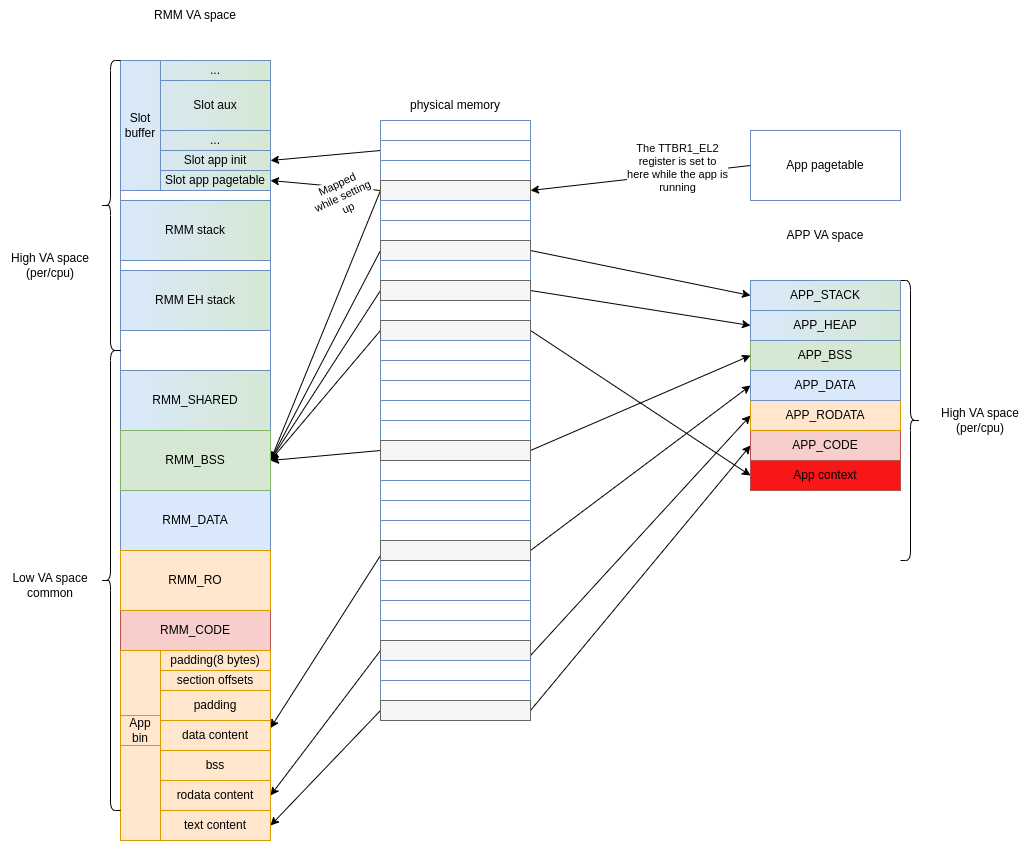
Before: docs/design/diagrams/rmm_app_memory_static.drawio.png, a diagram exported from draw.io (TF-RMM/tf-rmm). Source tidied: cells renumbered, new cells last; positions are measured from the earlier drawing's top-left corner, leaving out a move shared by most shapes.
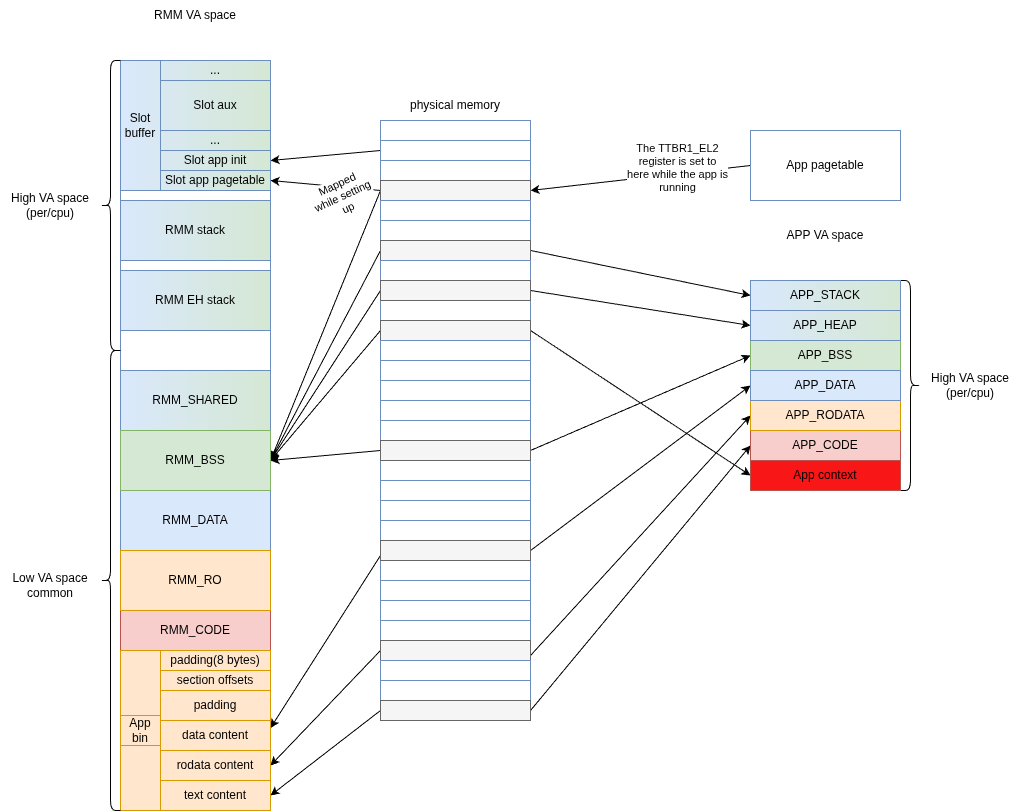
After the commit.

Commit message:
fix(docs): remove bss from app image in app memory diagram

Remove the .bss section from the EL0 app memory mappings diagram, as
that section is not present in the app image, so it is also not present
in the RMM low VA space.

The commit also fixes alignment of app "High VA space (per/cpu)" label.

Change to the diagram source:
```diff
@@ -163,7 +163,7 @@
       <mxGeometry x="120" y="370" width="150" height="60" as="geometry" />
     </mxCell>
     <mxCell id="47" style="rounded=0;whiteSpace=wrap;html=1;fillColor=#ffe6cc;strokeColor=#d79b00;" parent="41" vertex="1">
-      <mxGeometry x="120" y="650" width="150" height="190" as="geometry" />
+      <mxGeometry x="120" y="650" width="150" height="160" as="geometry" />
     </mxCell>
     <mxCell id="48" style="rounded=0;whiteSpace=wrap;html=1;fillColor=#dae8fc;strokeColor=#6c8ebf;fillStyle=solid;gradientDirection=east;gradientColor=#d5e8d4;" parent="41" vertex="1">
       <mxGeometry x="120" y="60" width="150" height="130" as="geometry" />
@@ -190,7 +190,7 @@
       <mxGeometry x="100" y="350" width="20" height="460" as="geometry" />
     </mxCell>
     <mxCell id="56" value="High VA space&lt;div&gt;(per/cpu)&lt;/div&gt;" style="text;html=1;align=center;verticalAlign=middle;whiteSpace=wrap;rounded=0;" parent="41" vertex="1">
-      <mxGeometry y="250" width="100" height="30" as="geometry" />
+      <mxGeometry y="190" width="100" height="30" as="geometry" />
     </mxCell>
     <mxCell id="57" value="Low VA space&lt;div&gt;common&lt;/div&gt;" style="text;html=1;align=center;verticalAlign=middle;whiteSpace=wrap;rounded=0;" parent="41" vertex="1">
       <mxGeometry y="570" width="100" height="30" as="geometry" />
@@ -292,13 +292,13 @@
       <mxGeometry x="380" y="700" width="150" height="20" as="geometry" />
     </mxCell>
     <mxCell id="90" value="text content" style="rounded=0;whiteSpace=wrap;html=1;fillColor=#ffe6cc;strokeColor=#d79b00;" parent="41" vertex="1">
-      <mxGeometry x="160" y="810" width="110" height="30" as="geometry" />
+      <mxGeometry x="160" y="780" width="110" height="30" as="geometry" />
     </mxCell>
     <mxCell id="91" value="data content" style="rounded=0;whiteSpace=wrap;html=1;fillColor=#ffe6cc;strokeColor=#d79b00;" parent="41" vertex="1">
       <mxGeometry x="160" y="720" width="110" height="30" as="geometry" />
     </mxCell>
     <mxCell id="92" value="rodata content" style="rounded=0;whiteSpace=wrap;html=1;fillColor=#ffe6cc;strokeColor=#d79b00;" parent="41" vertex="1">
-      <mxGeometry x="160" y="780" width="110" height="30" as="geometry" />
+      <mxGeometry x="160" y="750" width="110" height="30" as="geometry" />
     </mxCell>
     <mxCell id="93" value="padding" style="rounded=0;whiteSpace=wrap;html=1;fillColor=#ffe6cc;strokeColor=#d79b00;" parent="41" vertex="1">
       <mxGeometry x="160" y="690" width="110" height="30" as="geometry" />
@@ -325,10 +325,10 @@
       <mxGeometry x="750" y="220" width="150" height="30" as="geometry" />
     </mxCell>
     <mxCell id="101" style="shape=curlyBracket;whiteSpace=wrap;html=1;rounded=1;flipH=1;labelPosition=right;verticalLabelPosition=middle;align=left;verticalAlign=middle;" parent="41" vertex="1">
-      <mxGeometry x="900" y="280" width="20" height="280" as="geometry" />
+      <mxGeometry x="900" y="280" width="20" height="210" as="geometry" />
     </mxCell>
     <mxCell id="102" value="High VA space&lt;div&gt;(per/cpu)&lt;/div&gt;" style="text;html=1;align=center;verticalAlign=middle;whiteSpace=wrap;rounded=0;" parent="41" vertex="1">
-      <mxGeometry x="930" y="405" width="100" height="30" as="geometry" />
+      <mxGeometry x="920" y="370" width="100" height="30" as="geometry" />
     </mxCell>
     <mxCell id="103" value="App context" style="rounded=0;whiteSpace=wrap;html=1;fillColor=#F81616;strokeColor=#b85450;" parent="41" vertex="1">
       <mxGeometry x="750" y="460" width="150" height="30" as="geometry" />
@@ -336,9 +336,6 @@
     <mxCell id="104" value="App pagetable" style="rounded=0;whiteSpace=wrap;html=1;fillColor=none;strokeColor=#6c8ebf;fillStyle=solid;gradientDirection=east;gradientColor=#d5e8d4;" parent="41" vertex="1">
       <mxGeometry x="750" y="130" width="150" height="70" as="geometry" />
     </mxCell>
-    <mxCell id="105" value="bss" style="rounded=0;whiteSpace=wrap;html=1;fillColor=#ffe6cc;strokeColor=#d79b00;" parent="41" vertex="1">
-      <mxGeometry x="160" y="750" width="110" height="30" as="geometry" />
-    </mxCell>
     <mxCell id="106" value="RMM_BSS" style="rounded=0;whiteSpace=wrap;html=1;fillColor=#d5e8d4;strokeColor=#82b366;fillStyle=solid;gradientDirection=east;" parent="41" vertex="1">
       <mxGeometry x="120" y="430" width="150" height="60" as="geometry" />
     </mxCell>
```
